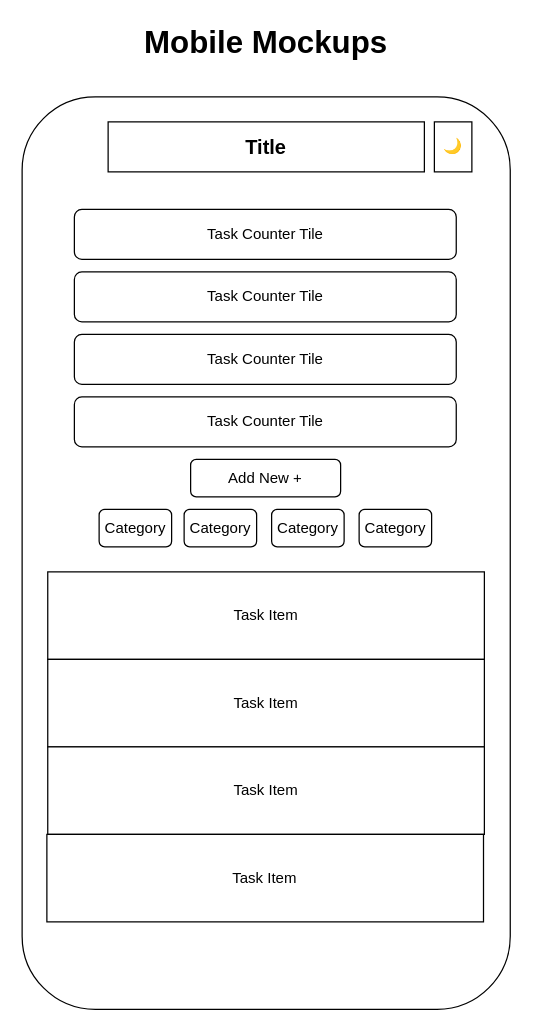
The draw.io diagram page "Mobile" (1 of 3) of docs/UI Mockups.drawio in RyanvanToorn/to-do-app, before the edit. Source tidied: cells renumbered, new cells numbered last; positions are measured from the earlier drawing's top-left corner, leaving out a move shared by most shapes. Both pictures are drawn from the tidied source at 125%, with x=0, y=0 at pixel (21, 21).
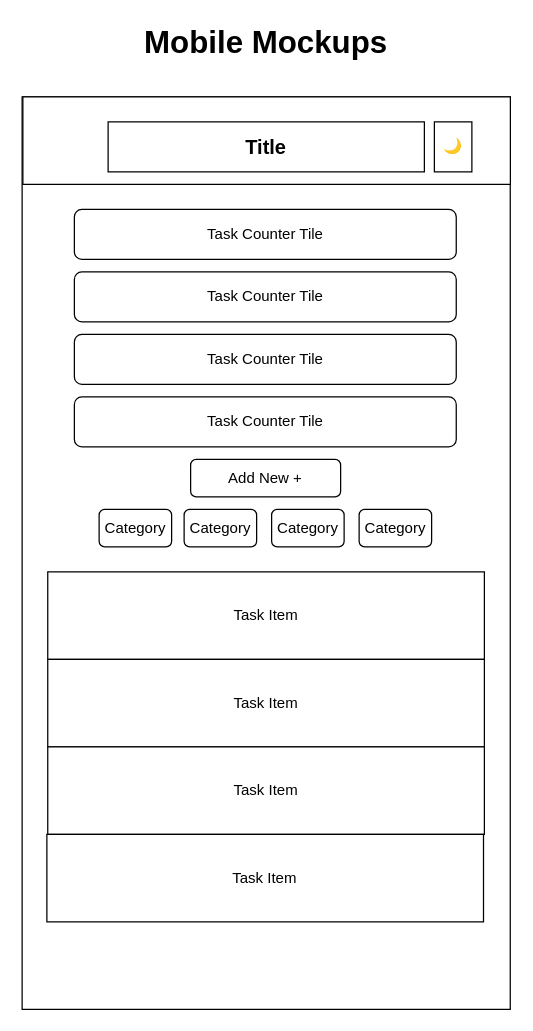
The same diagram, later.

Change to the diagram source:
```diff
@@
-    <mxCell id="3" style="rounded=1;whiteSpace=wrap;html=1;" parent="1" vertex="1">
+    <mxCell id="3" style="rounded=0;whiteSpace=wrap;html=1;" parent="1" vertex="1">
       <mxGeometry x="0.2" y="60" width="390.5" height="730" as="geometry" />
     </mxCell>
+    <mxCell id="20" style="rounded=0;whiteSpace=wrap;html=1;" parent="1" vertex="1">
+      <mxGeometry x="0.8" y="60" width="390" height="70" as="geometry" />
+    </mxCell>
```
